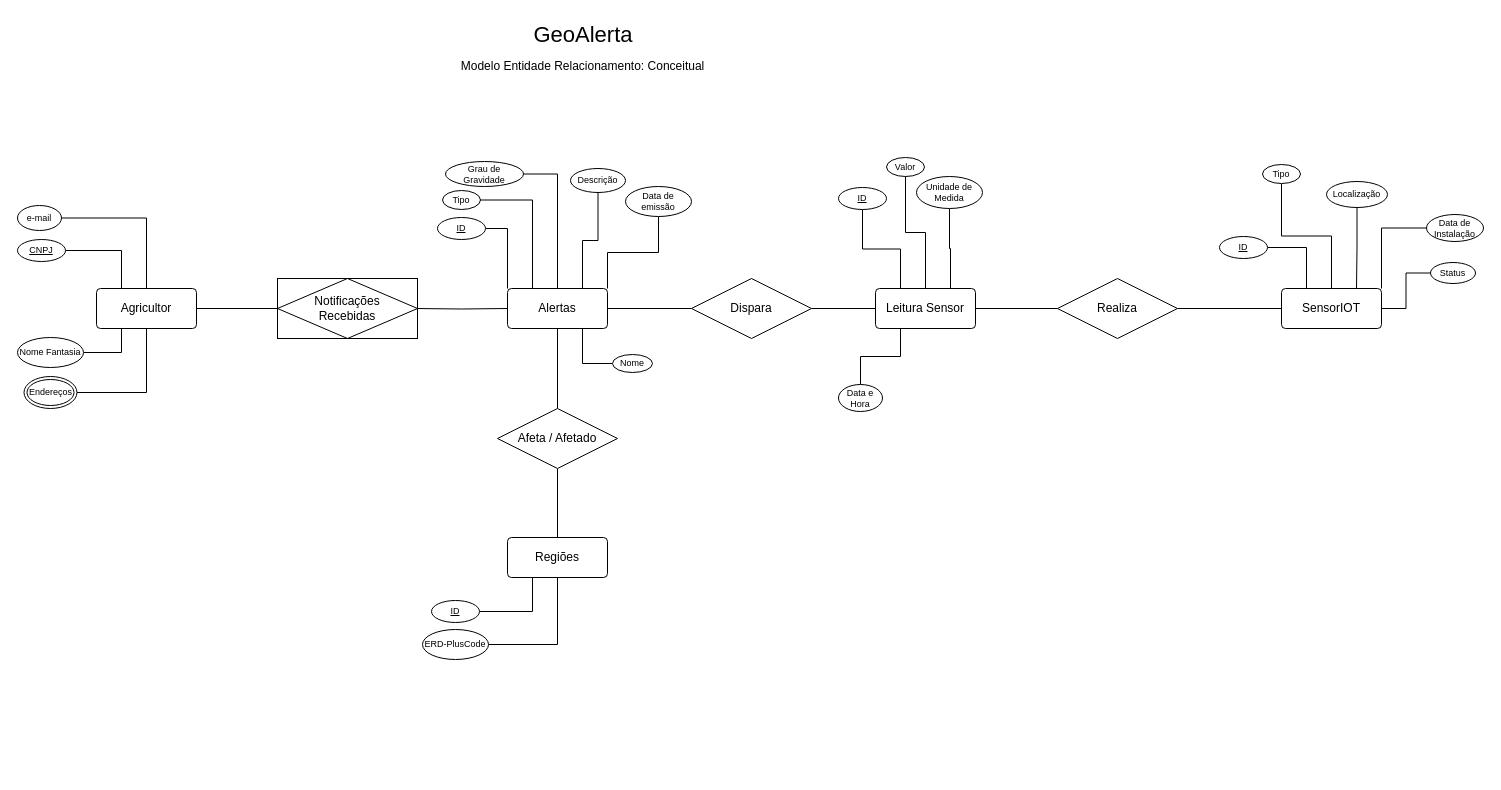
Code-Masters-F/GeoAlerta keeps this draw.io diagram as page "Conceitual" (1 of 3) of docs/database-design/Diagrama-ER.drawio. Above is the earlier version. Source tidied: cells renumbered, new cells numbered last; positions are measured from the earlier drawing's top-left corner, leaving out a move shared by most shapes. Both pictures are drawn from the tidied source at 100%, with x=0, y=0 at pixel (17, 17).
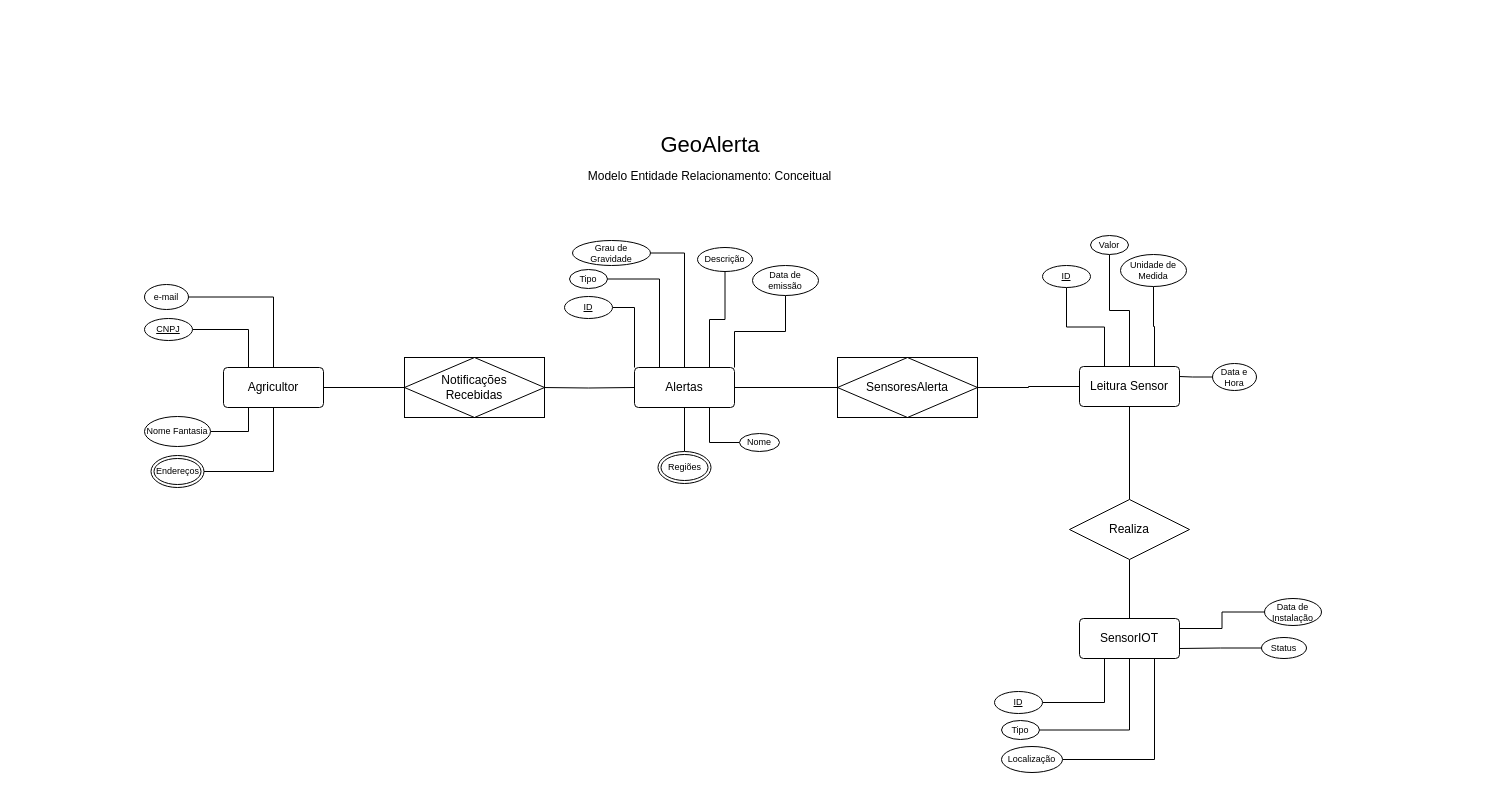
After the change.

What changed in the source:
```diff
@@
     <mxCell id="4" value="Agricultor" style="rounded=1;arcSize=10;whiteSpace=wrap;html=1;align=center;" parent="1" vertex="1">
-      <mxGeometry x="79" y="271" width="100" height="40" as="geometry" />
+      <mxGeometry x="206" y="350" width="100" height="40" as="geometry" />
     </mxCell>
@@
-    <mxCell id="7" style="edgeStyle=orthogonalEdgeStyle;rounded=0;jettySize=auto;html=1;endArrow=none;endFill=0;" parent="1" edge="1" source="9" target="30">
+    <mxCell id="7" style="edgeStyle=orthogonalEdgeStyle;rounded=0;jettySize=auto;html=1;endArrow=none;endFill=0;entryX=0.5;entryY=0;entryDx=0;entryDy=0;" parent="1" edge="1" source="9" target="28">
       <mxGeometry relative="1" as="geometry" />
     </mxCell>
-    <mxCell id="8" style="edgeStyle=orthogonalEdgeStyle;rounded=0;jettySize=auto;html=1;entryX=0;entryY=0.5;entryDx=0;entryDy=0;endArrow=none;endFill=0;" parent="1" edge="1" source="9" target="46">
+    <mxCell id="8" style="edgeStyle=orthogonalEdgeStyle;rounded=0;jettySize=auto;html=1;endArrow=none;endFill=0;entryX=0;entryY=0.5;entryDx=0;entryDy=0;" parent="1" edge="1" source="9" target="64">
       <mxGeometry relative="1" as="geometry" />
     </mxCell>
     <mxCell id="9" value="Alertas" style="rounded=1;arcSize=10;whiteSpace=wrap;html=1;align=center;" parent="1" vertex="1">
-      <mxGeometry x="490" y="271" width="100" height="40" as="geometry" />
+      <mxGeometry x="617" y="350" width="100" height="40" as="geometry" />
     </mxCell>
     <mxCell id="10" style="edgeStyle=orthogonalEdgeStyle;rounded=0;jettySize=auto;html=1;endArrow=none;endFill=0;" parent="1" edge="1" target="9">
       <mxGeometry relative="1" as="geometry">
-        <mxPoint x="397" y="291" as="sourcePoint" />
+        <mxPoint x="524" y="370" as="sourcePoint" />
       </mxGeometry>
     </mxCell>
     <mxCell id="11" style="endArrow=none;html=1;rounded=0;exitX=1;exitY=0.5;exitDx=0;exitDy=0;entryX=0;entryY=0.5;entryDx=0;entryDy=0;" parent="1" edge="1" source="4">
       <mxGeometry relative="1" as="geometry">
-        <mxPoint x="277" y="291" as="targetPoint" />
+        <mxPoint x="404" y="370" as="targetPoint" />
       </mxGeometry>
     </mxCell>
     <mxCell id="12" value="CNPJ" style="ellipse;whiteSpace=wrap;html=1;align=center;fontStyle=4;fontSize=9;" parent="1" vertex="1">
-      <mxGeometry y="222" width="48" height="22" as="geometry" />
+      <mxGeometry x="127" y="301" width="48" height="22" as="geometry" />
     </mxCell>
     <mxCell id="13" value="Nome Fantasia" style="ellipse;whiteSpace=wrap;html=1;align=center;fontSize=9;" parent="1" vertex="1">
-      <mxGeometry y="320" width="66" height="30" as="geometry" />
+      <mxGeometry x="127" y="399" width="66" height="30" as="geometry" />
     </mxCell>
     <mxCell id="14" value="GeoAlerta" style="text;html=1;whiteSpace=wrap;strokeColor=none;fillColor=none;align=center;verticalAlign=middle;rounded=0;fontSize=22;" parent="1" vertex="1">
-      <mxGeometry x="512.5" width="106" height="36" as="geometry" />
+      <mxGeometry x="639.5" y="110" width="106" height="36" as="geometry" />
     </mxCell>
     <mxCell id="15" value="Modelo Entidade Relacionamento: Conceitual" style="text;html=1;whiteSpace=wrap;strokeColor=none;fillColor=none;align=center;verticalAlign=middle;rounded=0;" parent="1" vertex="1">
-      <mxGeometry x="438" y="36" width="255" height="26" as="geometry" />
+      <mxGeometry x="565" y="146" width="255" height="26" as="geometry" />
     </mxCell>
@@
     <mxCell id="17" value="ID" style="ellipse;whiteSpace=wrap;html=1;align=center;fontStyle=4;fontSize=9;" parent="1" vertex="1">
-      <mxGeometry x="420" y="200" width="48" height="22" as="geometry" />
+      <mxGeometry x="547" y="279" width="48" height="22" as="geometry" />
     </mxCell>
     <mxCell id="18" value="Nome" style="ellipse;whiteSpace=wrap;html=1;align=center;fontSize=9;" parent="1" vertex="1">
-      <mxGeometry x="595" y="337" width="40" height="18" as="geometry" />
+      <mxGeometry x="722" y="416" width="40" height="18" as="geometry" />
     </mxCell>
@@
     <mxCell id="20" value="Tipo" style="ellipse;whiteSpace=wrap;html=1;align=center;fontSize=9;" parent="1" vertex="1">
-      <mxGeometry x="425" y="173" width="38" height="19" as="geometry" />
+      <mxGeometry x="552" y="252" width="38" height="19" as="geometry" />
     </mxCell>
     <mxCell id="21" value="Data de emissão" style="ellipse;whiteSpace=wrap;html=1;align=center;fontSize=9;" parent="1" vertex="1">
-      <mxGeometry x="608" y="169" width="66" height="30" as="geometry" />
+      <mxGeometry x="735" y="248" width="66" height="30" as="geometry" />
     </mxCell>
@@
     <mxCell id="23" value="e-mail" style="ellipse;whiteSpace=wrap;html=1;align=center;fontSize=9;" parent="1" vertex="1">
-      <mxGeometry y="188" width="44" height="25" as="geometry" />
+      <mxGeometry x="127" y="267" width="44" height="25" as="geometry" />
     </mxCell>
@@
     <mxCell id="25" value="Grau de Gravidade" style="ellipse;whiteSpace=wrap;html=1;align=center;fontSize=9;" parent="1" vertex="1">
-      <mxGeometry x="428" y="144" width="78" height="25" as="geometry" />
+      <mxGeometry x="555" y="223" width="78" height="25" as="geometry" />
     </mxCell>
@@
     <mxCell id="27" value="Descrição" style="ellipse;whiteSpace=wrap;html=1;align=center;fontSize=9;" parent="1" vertex="1">
-      <mxGeometry x="553" y="151" width="55" height="24" as="geometry" />
+      <mxGeometry x="680" y="230" width="55" height="24" as="geometry" />
     </mxCell>
-    <mxCell id="28" value="Regiões" style="rounded=1;arcSize=10;whiteSpace=wrap;html=1;align=center;" parent="1" vertex="1">
-      <mxGeometry x="490" y="520" width="100" height="40" as="geometry" />
-    </mxCell>
-    <mxCell id="29" style="edgeStyle=orthogonalEdgeStyle;rounded=0;jettySize=auto;html=1;endArrow=none;endFill=0;" parent="1" edge="1" source="30" target="28">
-      <mxGeometry relative="1" as="geometry" />
-    </mxCell>
-    <mxCell id="30" value="Afeta / Afetado" style="shape=rhombus;perimeter=rhombusPerimeter;whiteSpace=wrap;html=1;align=center;" parent="1" vertex="1">
-      <mxGeometry x="480" y="391" width="120" height="60" as="geometry" />
-    </mxCell>
@@
-    <mxCell id="32" style="edgeStyle=orthogonalEdgeStyle;rounded=0;jettySize=auto;html=1;entryX=0.5;entryY=1;entryDx=0;entryDy=0;endArrow=none;endFill=0;" parent="1" edge="1" source="33" target="28">
-      <mxGeometry relative="1" as="geometry" />
-    </mxCell>
-    <mxCell id="33" value="ERD-PlusCode" style="ellipse;whiteSpace=wrap;html=1;align=center;fontSize=9;" parent="1" vertex="1">
-      <mxGeometry x="405" y="612" width="66" height="30" as="geometry" />
-    </mxCell>
-    <mxCell id="34" style="edgeStyle=orthogonalEdgeStyle;rounded=0;jettySize=auto;html=1;entryX=0.25;entryY=1;entryDx=0;entryDy=0;endArrow=none;endFill=0;" parent="1" edge="1" source="35" target="28">
-      <mxGeometry relative="1" as="geometry" />
-    </mxCell>
-    <mxCell id="35" value="ID" style="ellipse;whiteSpace=wrap;html=1;align=center;fontStyle=4;fontSize=9;" parent="1" vertex="1">
-      <mxGeometry x="414" y="583" width="48" height="22" as="geometry" />
-    </mxCell>
     <mxCell id="36" value="Notificações&lt;div&gt;Recebidas&lt;/div&gt;" style="shape=associativeEntity;whiteSpace=wrap;html=1;align=center;" parent="1" vertex="1">
-      <mxGeometry x="260" y="261" width="140" height="60" as="geometry" />
+      <mxGeometry x="387" y="340" width="140" height="60" as="geometry" />
     </mxCell>
     <mxCell id="37" value="Endereços" style="ellipse;shape=doubleEllipse;margin=3;whiteSpace=wrap;html=1;align=center;fontSize=9;" parent="1" vertex="1">
-      <mxGeometry x="6.5" y="359" width="53" height="32" as="geometry" />
+      <mxGeometry x="133.5" y="438" width="53" height="32" as="geometry" />
     </mxCell>
     <mxCell id="38" value="SensorIOT" style="rounded=1;arcSize=10;whiteSpace=wrap;html=1;align=center;" parent="1" vertex="1">
-      <mxGeometry x="1264" y="271" width="100" height="40" as="geometry" />
+      <mxGeometry x="1062" y="601" width="100" height="40" as="geometry" />
     </mxCell>
-    <mxCell id="39" style="edgeStyle=orthogonalEdgeStyle;rounded=0;jettySize=auto;html=1;entryX=0.25;entryY=0;entryDx=0;entryDy=0;endArrow=none;endFill=0;exitX=1;exitY=0.5;exitDx=0;exitDy=0;" parent="1" edge="1" source="40" target="38">
+    <mxCell id="39" style="edgeStyle=orthogonalEdgeStyle;rounded=0;jettySize=auto;html=1;entryX=0.25;entryY=1;entryDx=0;entryDy=0;endArrow=none;endFill=0;exitX=1;exitY=0.5;exitDx=0;exitDy=0;" parent="1" edge="1" source="40" target="38">
       <mxGeometry relative="1" as="geometry" />
     </mxCell>
     <mxCell id="40" value="ID" style="ellipse;whiteSpace=wrap;html=1;align=center;fontStyle=4;fontSize=9;" parent="1" vertex="1">
-      <mxGeometry x="1202" y="219" width="48" height="22" as="geometry" />
+      <mxGeometry x="977" y="674" width="48" height="22" as="geometry" />
     </mxCell>
-    <mxCell id="41" style="edgeStyle=orthogonalEdgeStyle;rounded=0;jettySize=auto;html=1;entryX=0.5;entryY=0;entryDx=0;entryDy=0;endArrow=none;endFill=0;" parent="1" edge="1" source="42" target="38">
+    <mxCell id="41" style="edgeStyle=orthogonalEdgeStyle;rounded=0;jettySize=auto;html=1;entryX=0.5;entryY=1;entryDx=0;entryDy=0;endArrow=none;endFill=0;" parent="1" edge="1" source="42" target="38">
       <mxGeometry relative="1" as="geometry" />
     </mxCell>
     <mxCell id="42" value="Tipo" style="ellipse;whiteSpace=wrap;html=1;align=center;fontSize=9;" parent="1" vertex="1">
-      <mxGeometry x="1245" y="147" width="38" height="19" as="geometry" />
+      <mxGeometry x="984" y="703" width="38" height="19" as="geometry" />
     </mxCell>
-    <mxCell id="43" style="edgeStyle=orthogonalEdgeStyle;rounded=0;jettySize=auto;html=1;entryX=0.75;entryY=0;entryDx=0;entryDy=0;endArrow=none;endFill=0;" parent="1" edge="1" source="44" target="38">
+    <mxCell id="43" style="edgeStyle=orthogonalEdgeStyle;rounded=0;jettySize=auto;html=1;entryX=0.75;entryY=1;entryDx=0;entryDy=0;endArrow=none;endFill=0;" parent="1" edge="1" source="44" target="38">
       <mxGeometry relative="1" as="geometry" />
     </mxCell>
     <mxCell id="44" value="Localização" style="ellipse;whiteSpace=wrap;html=1;align=center;fontSize=9;" parent="1" vertex="1">
-      <mxGeometry x="1309" y="164" width="61" height="26" as="geometry" />
+      <mxGeometry x="984" y="729" width="61" height="26" as="geometry" />
     </mxCell>
-    <mxCell id="45" style="edgeStyle=orthogonalEdgeStyle;rounded=0;jettySize=auto;html=1;entryX=0;entryY=0.5;entryDx=0;entryDy=0;endArrow=none;endFill=0;" parent="1" edge="1" source="46" target="52">
-      <mxGeometry relative="1" as="geometry" />
-    </mxCell>
-    <mxCell id="46" value="Dispara" style="shape=rhombus;perimeter=rhombusPerimeter;whiteSpace=wrap;html=1;align=center;" parent="1" vertex="1">
-      <mxGeometry x="674" y="261" width="120" height="60" as="geometry" />
-    </mxCell>
-    <mxCell id="47" style="edgeStyle=orthogonalEdgeStyle;rounded=0;jettySize=auto;html=1;entryX=1;entryY=0;entryDx=0;entryDy=0;endArrow=none;endFill=0;" parent="1" edge="1" source="48" target="38">
+    <mxCell id="47" style="edgeStyle=orthogonalEdgeStyle;rounded=0;jettySize=auto;html=1;entryX=1;entryY=0.25;entryDx=0;entryDy=0;endArrow=none;endFill=0;" parent="1" edge="1" source="48" target="38">
       <mxGeometry relative="1" as="geometry" />
     </mxCell>
     <mxCell id="48" value="Data de Instalação" style="ellipse;whiteSpace=wrap;html=1;align=center;fontSize=9;" parent="1" vertex="1">
-      <mxGeometry x="1409" y="197" width="57" height="27" as="geometry" />
+      <mxGeometry x="1247" y="581" width="57" height="27" as="geometry" />
     </mxCell>
-    <mxCell id="49" style="edgeStyle=orthogonalEdgeStyle;rounded=0;jettySize=auto;html=1;entryX=1;entryY=0.5;entryDx=0;entryDy=0;endArrow=none;endFill=0;" parent="1" edge="1" source="50" target="38">
+    <mxCell id="49" style="edgeStyle=orthogonalEdgeStyle;rounded=0;jettySize=auto;html=1;entryX=1;entryY=0.75;entryDx=0;entryDy=0;endArrow=none;endFill=0;" parent="1" edge="1" source="50" target="38">
       <mxGeometry relative="1" as="geometry" />
     </mxCell>
     <mxCell id="50" value="Status" style="ellipse;whiteSpace=wrap;html=1;align=center;fontSize=9;" parent="1" vertex="1">
-      <mxGeometry x="1413" y="245" width="45" height="21" as="geometry" />
+      <mxGeometry x="1244" y="620" width="45" height="21" as="geometry" />
     </mxCell>
-    <mxCell id="51" style="edgeStyle=orthogonalEdgeStyle;rounded=0;jettySize=auto;html=1;entryX=0;entryY=0.5;entryDx=0;entryDy=0;endArrow=none;endFill=0;" parent="1" edge="1" source="52" target="62">
+    <mxCell id="51" style="edgeStyle=orthogonalEdgeStyle;rounded=0;jettySize=auto;html=1;endArrow=none;endFill=0;" parent="1" edge="1" source="52" target="62">
       <mxGeometry relative="1" as="geometry" />
     </mxCell>
     <mxCell id="52" value="Leitura Sensor" style="rounded=1;arcSize=10;whiteSpace=wrap;html=1;align=center;" parent="1" vertex="1">
-      <mxGeometry x="858" y="271" width="100" height="40" as="geometry" />
+      <mxGeometry x="1062" y="349" width="100" height="40" as="geometry" />
     </mxCell>
@@
     <mxCell id="54" value="ID" style="ellipse;whiteSpace=wrap;html=1;align=center;fontStyle=4;fontSize=9;" parent="1" vertex="1">
-      <mxGeometry x="821" y="170" width="48" height="22" as="geometry" />
+      <mxGeometry x="1025" y="248" width="48" height="22" as="geometry" />
     </mxCell>
@@
     <mxCell id="56" value="Valor" style="ellipse;whiteSpace=wrap;html=1;align=center;fontSize=9;" parent="1" vertex="1">
-      <mxGeometry x="869" y="140" width="38" height="19" as="geometry" />
+      <mxGeometry x="1073" y="218" width="38" height="19" as="geometry" />
     </mxCell>
@@
     <mxCell id="58" value="Unidade de Medida" style="ellipse;whiteSpace=wrap;html=1;align=center;fontSize=9;" parent="1" vertex="1">
-      <mxGeometry x="899" y="159" width="66" height="32" as="geometry" />
+      <mxGeometry x="1103" y="237" width="66" height="32" as="geometry" />
     </mxCell>
-    <mxCell id="59" style="edgeStyle=orthogonalEdgeStyle;rounded=0;jettySize=auto;html=1;entryX=0.25;entryY=1;entryDx=0;entryDy=0;endArrow=none;endFill=0;" parent="1" edge="1" source="60" target="52">
+    <mxCell id="59" style="edgeStyle=orthogonalEdgeStyle;rounded=0;jettySize=auto;html=1;entryX=1;entryY=0.25;entryDx=0;entryDy=0;endArrow=none;endFill=0;" parent="1" edge="1" source="60" target="52">
       <mxGeometry relative="1" as="geometry" />
     </mxCell>
     <mxCell id="60" value="Data e Hora" style="ellipse;whiteSpace=wrap;html=1;align=center;fontSize=9;" parent="1" vertex="1">
-      <mxGeometry x="821" y="367" width="44" height="27" as="geometry" />
+      <mxGeometry x="1195" y="346" width="44" height="27" as="geometry" />
     </mxCell>
-    <mxCell id="61" style="edgeStyle=orthogonalEdgeStyle;rounded=0;jettySize=auto;html=1;entryX=0;entryY=0.5;entryDx=0;entryDy=0;endArrow=none;endFill=0;" parent="1" edge="1" source="62" target="38">
+    <mxCell id="61" style="edgeStyle=orthogonalEdgeStyle;rounded=0;jettySize=auto;html=1;entryX=0.5;entryY=0;entryDx=0;entryDy=0;endArrow=none;endFill=0;exitX=0.5;exitY=1;exitDx=0;exitDy=0;" parent="1" edge="1" source="62" target="38">
       <mxGeometry relative="1" as="geometry" />
     </mxCell>
     <mxCell id="62" value="Realiza" style="shape=rhombus;perimeter=rhombusPerimeter;whiteSpace=wrap;html=1;align=center;" parent="1" vertex="1">
-      <mxGeometry x="1040" y="261" width="120" height="60" as="geometry" />
+      <mxGeometry x="1052" y="482" width="120" height="60" as="geometry" />
     </mxCell>
+    <mxCell id="63" style="edgeStyle=orthogonalEdgeStyle;rounded=0;jettySize=auto;html=1;endArrow=none;endFill=0;" parent="1" edge="1" source="64" target="52">
+      <mxGeometry relative="1" as="geometry" />
+    </mxCell>
+    <mxCell id="64" value="SensoresAlerta" style="shape=associativeEntity;whiteSpace=wrap;html=1;align=center;" parent="1" vertex="1">
+      <mxGeometry x="820" y="340" width="140" height="60" as="geometry" />
+    </mxCell>
+    <mxCell id="28" value="Regiões" style="ellipse;shape=doubleEllipse;margin=3;whiteSpace=wrap;html=1;align=center;fontSize=9;" parent="1" vertex="1">
+      <mxGeometry x="640.5" y="434" width="53" height="32" as="geometry" />
+    </mxCell>
```
